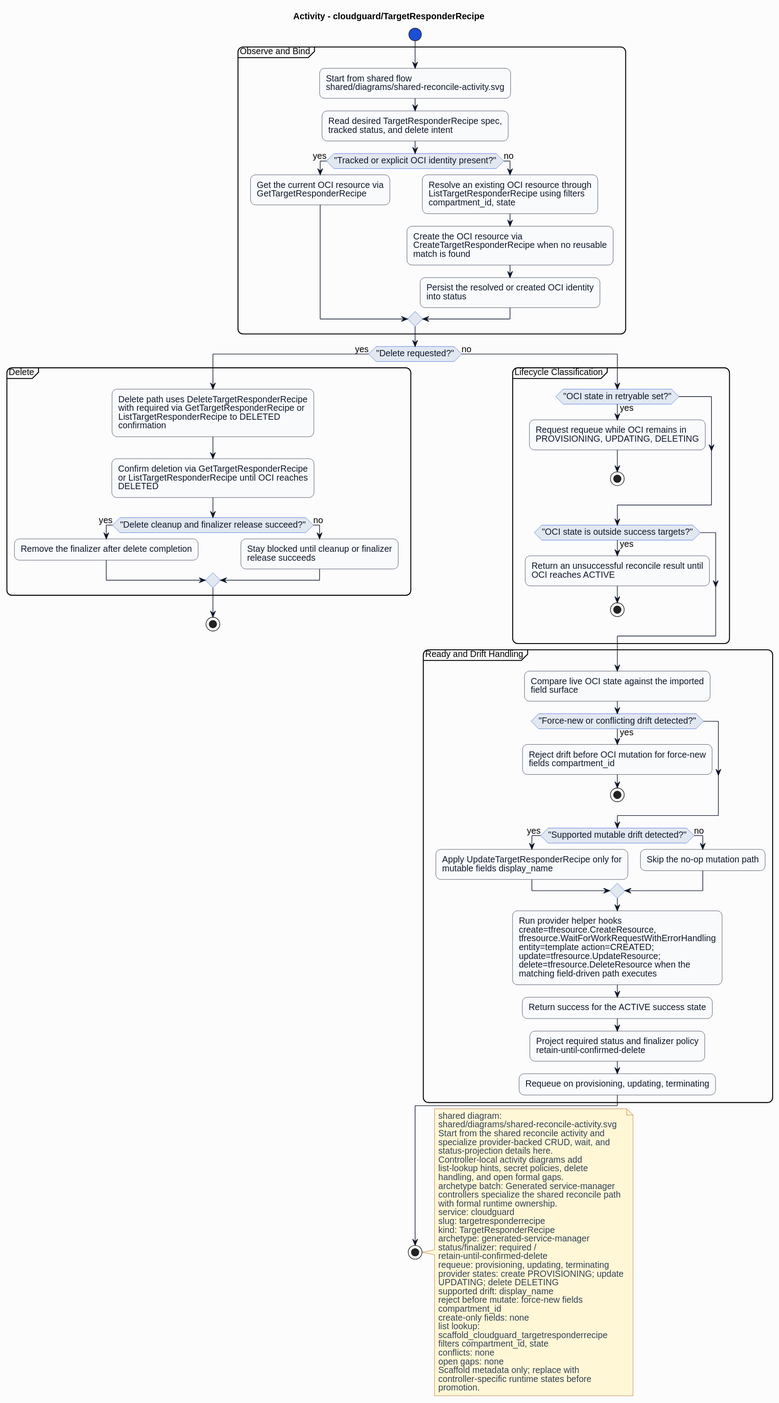
Earlier version of the PlantUML export formal/controllers/cloudguard/targetresponderrecipe/diagrams/activity.svg (HaoyL666/oci-service-operator).
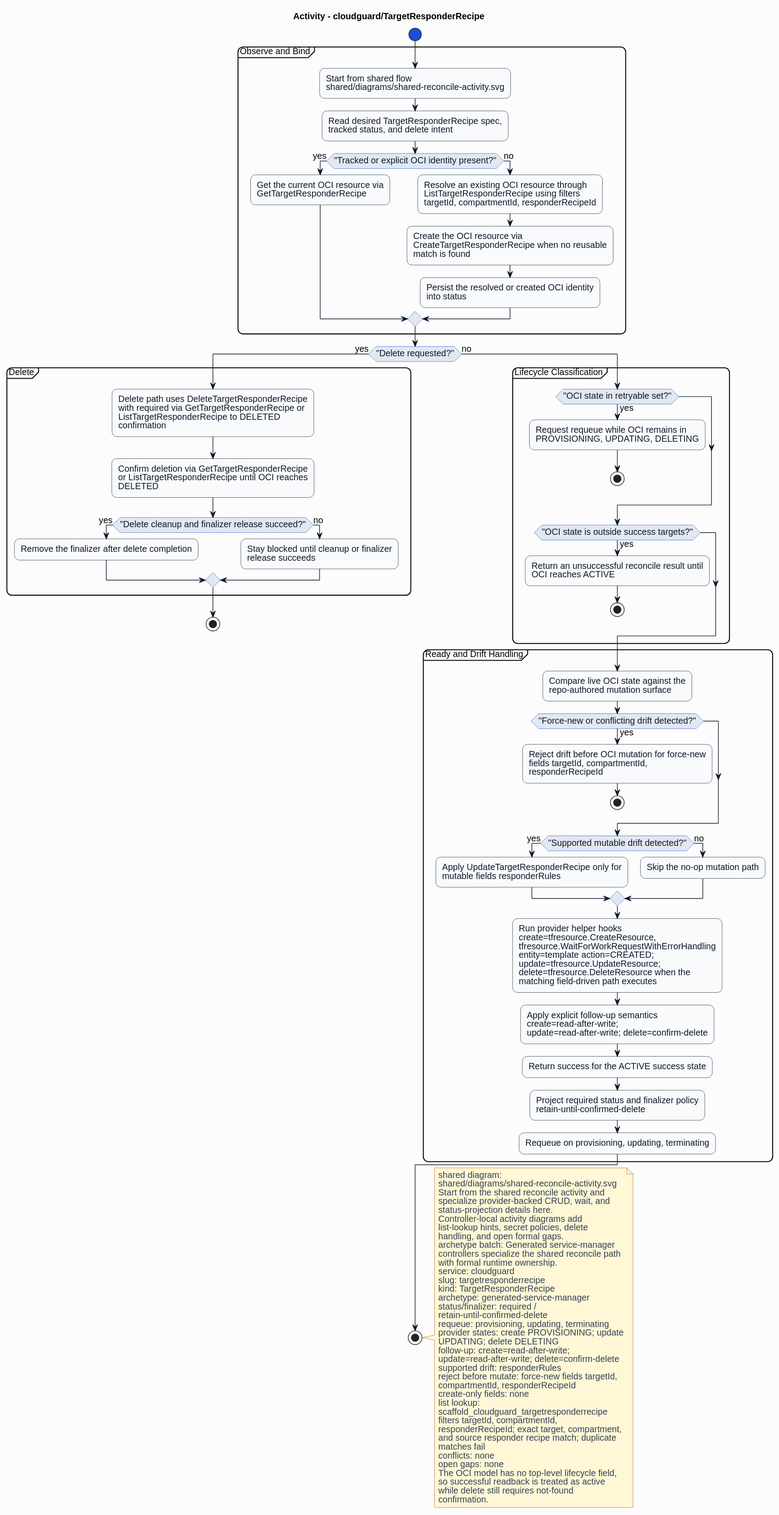
Later version of the same file.

What changed in the source:
```diff
@@ -27,7 +27,7 @@
 if ("Tracked or explicit OCI identity present?") then (yes)
 :Get the current OCI resource via\nGetTargetResponderRecipe;
 else (no)
-:Resolve an existing OCI resource through\nListTargetResponderRecipe using filters\ncompartment_id, state;
+:Resolve an existing OCI resource through\nListTargetResponderRecipe using filters\ntargetId, compartmentId, responderRecipeId;
 :Create the OCI resource via\nCreateTargetResponderRecipe when no reusable\nmatch is found;
 :Persist the resolved or created OCI identity\ninto status;
 endif
@@ -55,17 +55,18 @@
 endif
 }
 partition "Ready and Drift Handling" {
-:Compare live OCI state against the imported\nfield surface;
+:Compare live OCI state against the\nrepo-authored mutation surface;
 if ("Force-new or conflicting drift detected?") then (yes)
-:Reject drift before OCI mutation for force-new\nfields compartment_id;
+:Reject drift before OCI mutation for force-new\nfields targetId, compartmentId,\nresponderRecipeId;
 stop
 endif
 if ("Supported mutable drift detected?") then (yes)
-:Apply UpdateTargetResponderRecipe only for\nmutable fields display_name;
+:Apply UpdateTargetResponderRecipe only for\nmutable fields responderRules;
 else (no)
 :Skip the no-op mutation path;
 endif
 :Run provider helper hooks\ncreate=tfresource.CreateResource,\ntfresource.WaitForWorkRequestWithErrorHandling\nentity=template action=CREATED;\nupdate=tfresource.UpdateResource;\ndelete=tfresource.DeleteResource when the\nmatching field-driven path executes;
+:Apply explicit follow-up semantics\ncreate=read-after-write;\nupdate=read-after-write; delete=confirm-delete;
 :Return success for the ACTIVE success state;
 :Project required status and finalizer policy\nretain-until-confirmed-delete;
 :Requeue on provisioning, updating, terminating;
@@ -93,17 +94,23 @@
 requeue: provisioning, updating, terminating
 provider states: create PROVISIONING; update
 UPDATING; delete DELETING
-supported drift: display_name
-reject before mutate: force-new fields
-compartment_id
+follow-up: create=read-after-write;
+update=read-after-write; delete=confirm-delete
+supported drift: responderRules
+reject before mutate: force-new fields targetId,
+compartmentId, responderRecipeId
 create-only fields: none
 list lookup:
 scaffold_cloudguard_targetresponderrecipe
-filters compartment_id, state
+filters targetId, compartmentId,
+responderRecipeId; exact target, compartment,
+and source responder recipe match; duplicate
+matches fail
 conflicts: none
 open gaps: none
-Scaffold metadata only; replace with
-controller-specific runtime states before
-promotion.
+The OCI model has no top-level lifecycle field,
+so successful readback is treated as active
+while delete still requires not-found
+confirmation.
 end note
 @enduml
```
